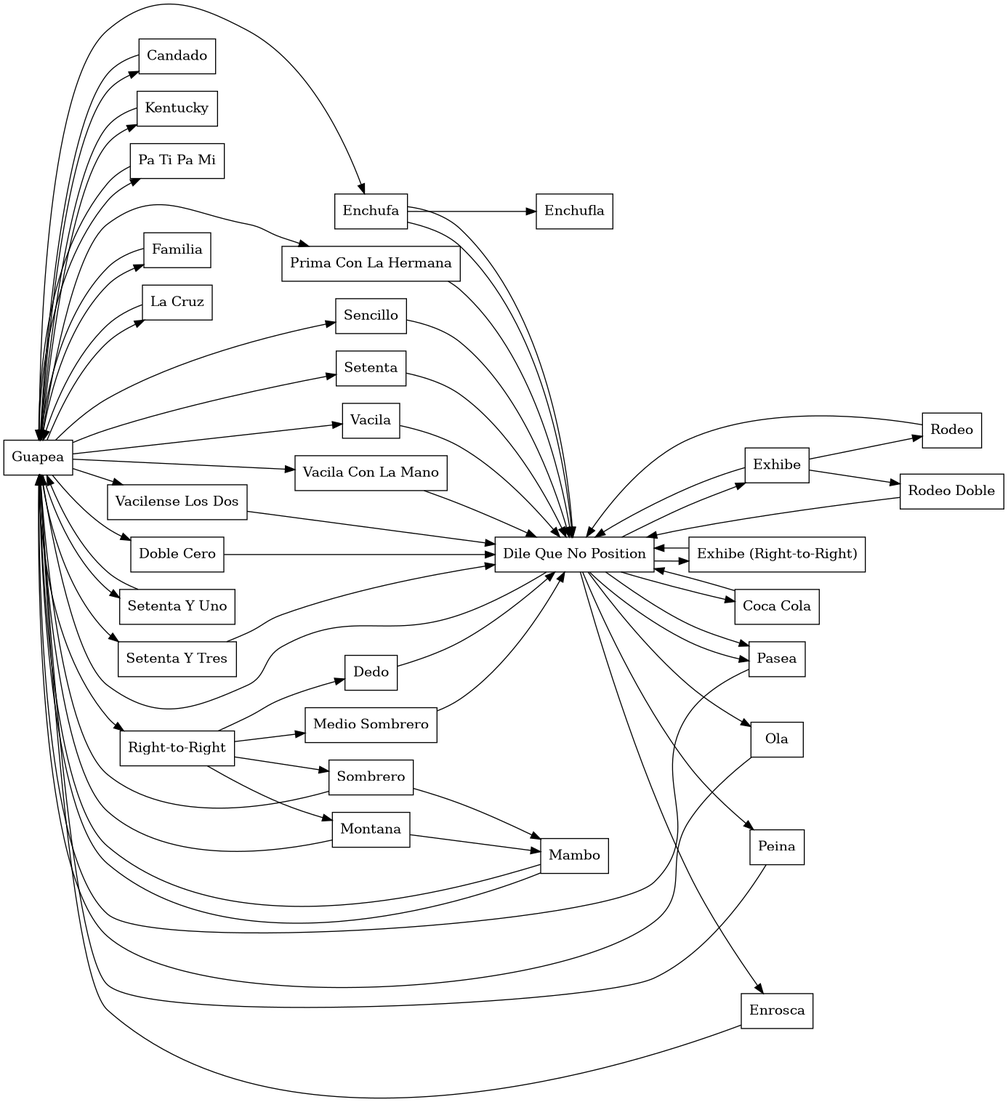
adharsh/Salsa keeps this Graphviz diagram as images/social_all_dile_que_no_is_same.png. Above is the earlier version. Its source is kept beside it as social_all_dile_que_no_is_same.dot.
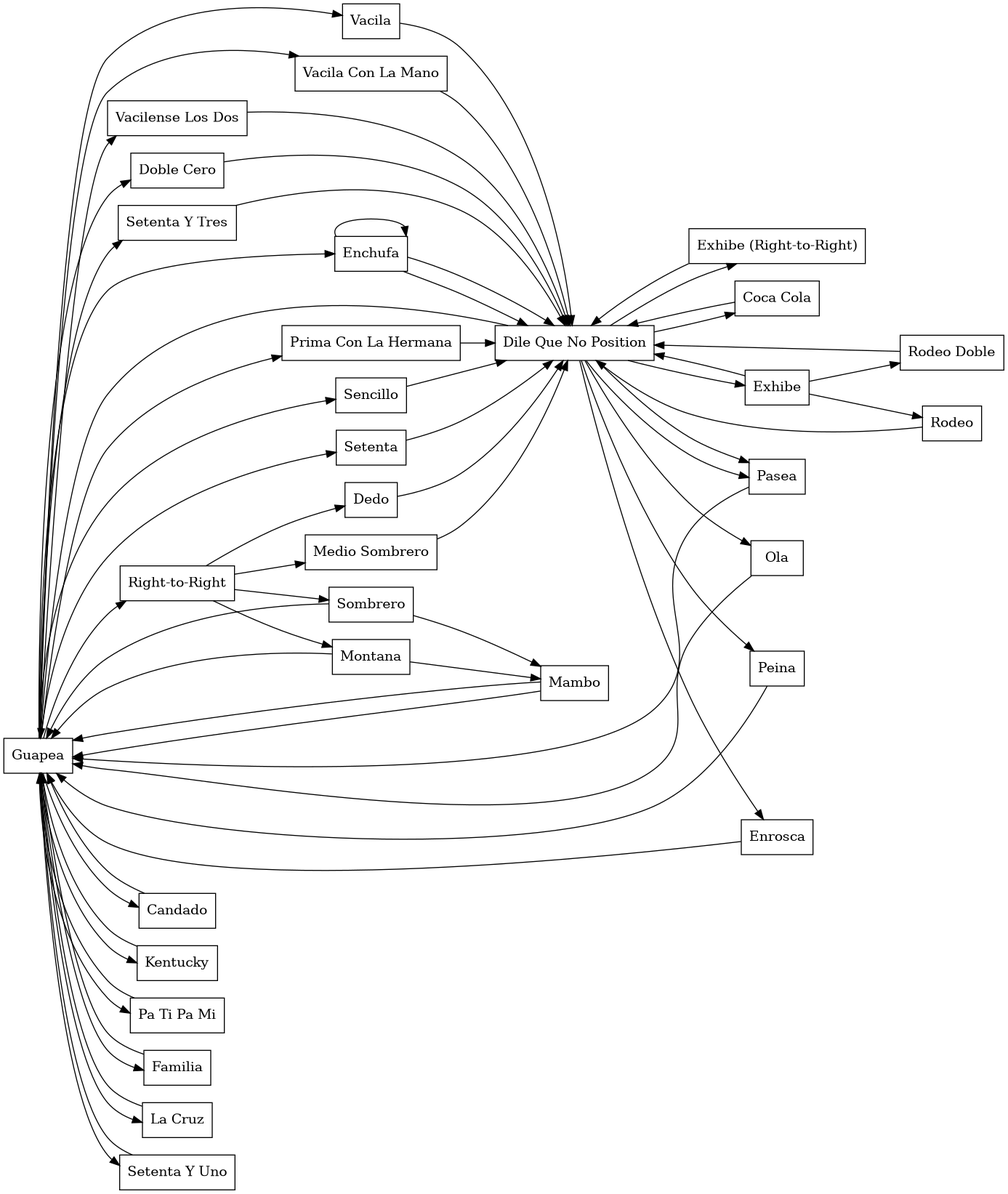
After the change.

The edit, as a diff of the source:
```diff
@@ -31,7 +31,7 @@
   Exhibe -> "Dile Que No Position";
 
 
-  Enchufa -> Enchufla;
+  Enchufa -> Enchufa;
   Guapea -> Candado -> Guapea;
   Guapea -> Kentucky -> Guapea;
   Guapea -> "Pa Ti Pa Mi" -> Guapea;
```
